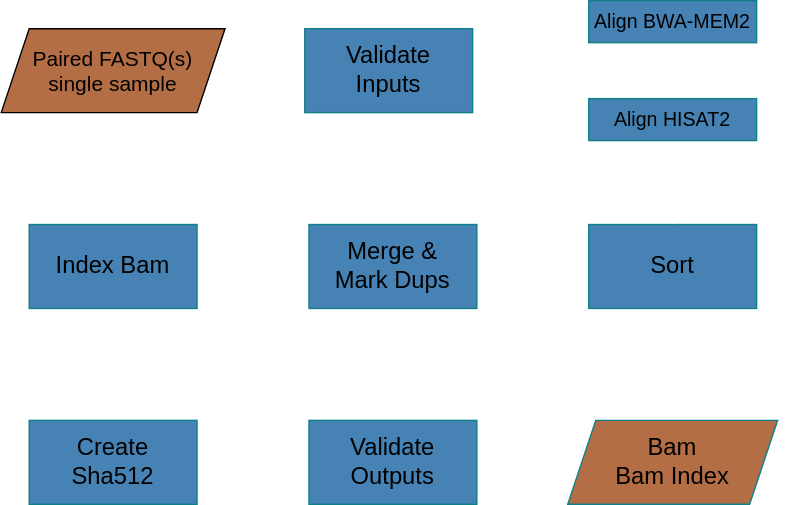
Above: flowchart-diagram.drawio.svg in uclahs-cds/pipeline-align-DNA (draw.io), before the change. Source tidied: cells renumbered, new cells last; positions are measured from the earlier drawing's top-left corner, leaving out a move shared by most shapes.
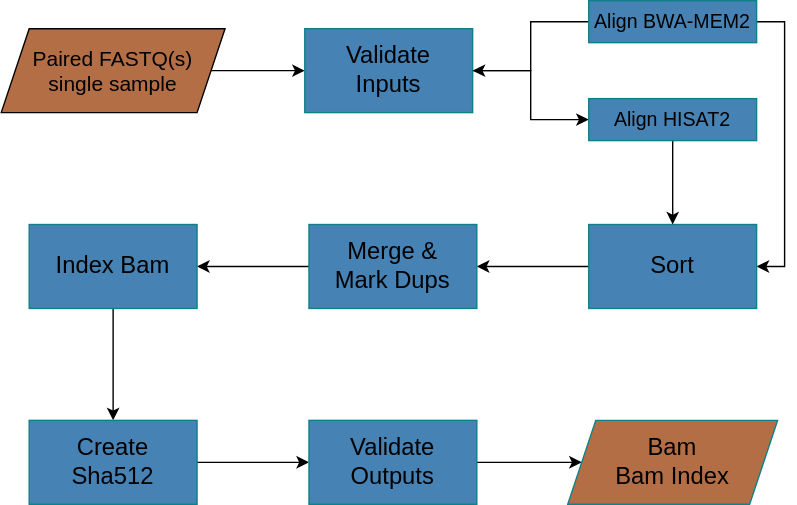
After the commit.

Commit message:
Reverted flowchart arrow color to black

What changed in the source:
```diff
@@ -2,7 +2,7 @@
   <root>
     <mxCell id="0" />
     <mxCell id="1" parent="0" />
-    <mxCell id="2" style="edgeStyle=orthogonalEdgeStyle;rounded=0;jettySize=auto;html=1;labelBackgroundColor=#FFFFFF;labelBorderColor=#FFFFFF;fillColor=#f9f7ed;strokeColor=#FFFFFF;" parent="1" edge="1" source="3" target="6">
+    <mxCell id="2" style="edgeStyle=orthogonalEdgeStyle;rounded=0;jettySize=auto;html=1;labelBackgroundColor=#FFFFFF;labelBorderColor=#FFFFFF;fillColor=#f9f7ed;strokeColor=#000000;" parent="1" edge="1" source="3" target="6">
       <mxGeometry relative="1" as="geometry" />
     </mxCell>
     <mxCell id="3" value="Paired FASTQ(s)&lt;br style=&quot;font-size: 15px;&quot;&gt;single sample" style="shape=parallelogram;perimeter=parallelogramPerimeter;whiteSpace=wrap;html=1;fixedSize=1;fontSize=15;fillColor=#B46E46;" parent="1" vertex="1">
@@ -11,43 +11,46 @@
     <mxCell id="4" style="edgeStyle=orthogonalEdgeStyle;rounded=0;jettySize=auto;html=1;fontSize=15;strokeColor=#FFFFFF;" parent="1" edge="1" source="6" target="8">
       <mxGeometry relative="1" as="geometry" />
     </mxCell>
-    <mxCell id="5" style="edgeStyle=orthogonalEdgeStyle;rounded=0;jettySize=auto;html=1;exitX=1;exitY=0.5;exitDx=0;exitDy=0;entryX=0;entryY=0.5;entryDx=0;entryDy=0;fontColor=#ffffff;strokeColor=#FFFFFF;" parent="1" edge="1" source="6" target="21">
+    <mxCell id="5" style="edgeStyle=orthogonalEdgeStyle;rounded=0;jettySize=auto;html=1;exitX=1;exitY=0.5;exitDx=0;exitDy=0;entryX=0;entryY=0.5;entryDx=0;entryDy=0;fontColor=#ffffff;strokeColor=#000000;" parent="1" edge="1" source="6" target="21">
       <mxGeometry relative="1" as="geometry" />
     </mxCell>
     <mxCell id="6" value="Validate&lt;br style=&quot;font-size: 17px;&quot;&gt;Inputs" style="whiteSpace=wrap;html=1;strokeColor=#0e8088;fillColor=#4682B4;fontSize=17;" parent="1" vertex="1">
       <mxGeometry x="217" y="20" width="120" height="60" as="geometry" />
     </mxCell>
-    <mxCell id="7" style="edgeStyle=orthogonalEdgeStyle;rounded=0;jettySize=auto;html=1;exitX=1;exitY=0.5;exitDx=0;exitDy=0;entryX=1;entryY=0.5;entryDx=0;entryDy=0;strokeColor=#FFFFFF;" parent="1" edge="1" source="8" target="10">
+    <mxCell id="7" style="edgeStyle=orthogonalEdgeStyle;rounded=0;jettySize=auto;html=1;exitX=1;exitY=0.5;exitDx=0;exitDy=0;entryX=1;entryY=0.5;entryDx=0;entryDy=0;strokeColor=#000000;" parent="1" edge="1" source="8" target="10">
       <mxGeometry relative="1" as="geometry" />
     </mxCell>
+    <mxCell id="22" style="edgeStyle=orthogonalEdgeStyle;rounded=0;jettySize=auto;html=1;strokeColor=#000000;" parent="1" edge="1" source="8" target="6">
+      <mxGeometry relative="1" as="geometry" />
+    </mxCell>
     <mxCell id="8" value="&lt;font style=&quot;font-size: 14px&quot;&gt;Align BWA-MEM2&lt;/font&gt;" style="whiteSpace=wrap;html=1;fontSize=17;strokeColor=#0e8088;fillColor=#4682B4;" parent="1" vertex="1">
       <mxGeometry x="420" width="120" height="30" as="geometry" />
     </mxCell>
-    <mxCell id="9" style="edgeStyle=orthogonalEdgeStyle;rounded=0;jettySize=auto;html=1;fontSize=17;strokeColor=#FFFFFF;" parent="1" edge="1" source="10" target="12">
+    <mxCell id="9" style="edgeStyle=orthogonalEdgeStyle;rounded=0;jettySize=auto;html=1;fontSize=17;strokeColor=#000000;" parent="1" edge="1" source="10" target="12">
       <mxGeometry relative="1" as="geometry" />
     </mxCell>
     <mxCell id="10" value="Sort" style="whiteSpace=wrap;html=1;fontSize=17;strokeColor=#0e8088;fillColor=#4682B4;" parent="1" vertex="1">
       <mxGeometry x="420" y="160" width="120" height="60" as="geometry" />
     </mxCell>
-    <mxCell id="11" style="edgeStyle=orthogonalEdgeStyle;rounded=0;jettySize=auto;html=1;fontSize=17;strokeColor=#FFFFFF;" parent="1" edge="1" source="12" target="14">
+    <mxCell id="11" style="edgeStyle=orthogonalEdgeStyle;rounded=0;jettySize=auto;html=1;fontSize=17;strokeColor=#000000;" parent="1" edge="1" source="12" target="14">
       <mxGeometry relative="1" as="geometry" />
     </mxCell>
     <mxCell id="12" value="Merge &amp;amp;&lt;br&gt;Mark Dups" style="whiteSpace=wrap;html=1;fontSize=17;strokeColor=#0e8088;fillColor=#4682B4;" parent="1" vertex="1">
       <mxGeometry x="220" y="160" width="120" height="60" as="geometry" />
     </mxCell>
-    <mxCell id="13" style="edgeStyle=orthogonalEdgeStyle;rounded=0;jettySize=auto;html=1;fontSize=17;strokeColor=#FFFFFF;" parent="1" edge="1" source="14" target="16">
+    <mxCell id="13" style="edgeStyle=orthogonalEdgeStyle;rounded=0;jettySize=auto;html=1;fontSize=17;strokeColor=#000000;" parent="1" edge="1" source="14" target="16">
       <mxGeometry relative="1" as="geometry" />
     </mxCell>
     <mxCell id="14" value="Index Bam" style="whiteSpace=wrap;html=1;fontSize=17;strokeColor=#0e8088;fillColor=#4682B4;" parent="1" vertex="1">
       <mxGeometry x="20" y="160" width="120" height="60" as="geometry" />
     </mxCell>
-    <mxCell id="15" style="edgeStyle=orthogonalEdgeStyle;rounded=0;jettySize=auto;html=1;fontSize=17;strokeColor=#FFFFFF;" parent="1" edge="1" source="16" target="18">
+    <mxCell id="15" style="edgeStyle=orthogonalEdgeStyle;rounded=0;jettySize=auto;html=1;fontSize=17;strokeColor=#000000;" parent="1" edge="1" source="16" target="18">
       <mxGeometry relative="1" as="geometry" />
     </mxCell>
     <mxCell id="16" value="Create&lt;br&gt;Sha512" style="whiteSpace=wrap;html=1;fontSize=17;strokeColor=#0e8088;fillColor=#4682B4;" parent="1" vertex="1">
       <mxGeometry x="20" y="300" width="120" height="60" as="geometry" />
     </mxCell>
-    <mxCell id="17" style="edgeStyle=orthogonalEdgeStyle;rounded=0;jettySize=auto;html=1;fontSize=17;strokeColor=#FFFFFF;" parent="1" edge="1" source="18" target="19">
+    <mxCell id="17" style="edgeStyle=orthogonalEdgeStyle;rounded=0;jettySize=auto;html=1;fontSize=17;strokeColor=#000000;" parent="1" edge="1" source="18" target="19">
       <mxGeometry relative="1" as="geometry" />
     </mxCell>
     <mxCell id="18" value="Validate&lt;br&gt;Outputs" style="whiteSpace=wrap;html=1;fontSize=17;strokeColor=#0e8088;fillColor=#4682B4;" parent="1" vertex="1">
@@ -56,7 +59,7 @@
     <mxCell id="19" value="Bam&lt;br&gt;Bam Index" style="shape=parallelogram;perimeter=parallelogramPerimeter;whiteSpace=wrap;html=1;fixedSize=1;fontSize=17;strokeColor=#0e8088;fillColor=#b46e46;" parent="1" vertex="1">
       <mxGeometry x="405" y="300" width="150" height="60" as="geometry" />
     </mxCell>
-    <mxCell id="20" style="edgeStyle=orthogonalEdgeStyle;rounded=0;jettySize=auto;html=1;exitX=0.5;exitY=1;exitDx=0;exitDy=0;entryX=0.5;entryY=0;entryDx=0;entryDy=0;fontColor=#ffffff;strokeColor=#FFFFFF;" parent="1" edge="1" source="21" target="10">
+    <mxCell id="20" style="edgeStyle=orthogonalEdgeStyle;rounded=0;jettySize=auto;html=1;exitX=0.5;exitY=1;exitDx=0;exitDy=0;entryX=0.5;entryY=0;entryDx=0;entryDy=0;fontColor=#ffffff;strokeColor=#000000;" parent="1" edge="1" source="21" target="10">
       <mxGeometry relative="1" as="geometry" />
     </mxCell>
     <mxCell id="21" value="&lt;font style=&quot;font-size: 14px&quot;&gt;Align HISAT2&lt;/font&gt;" style="whiteSpace=wrap;html=1;fontSize=17;strokeColor=#0e8088;fillColor=#4682B4;" parent="1" vertex="1">
```
